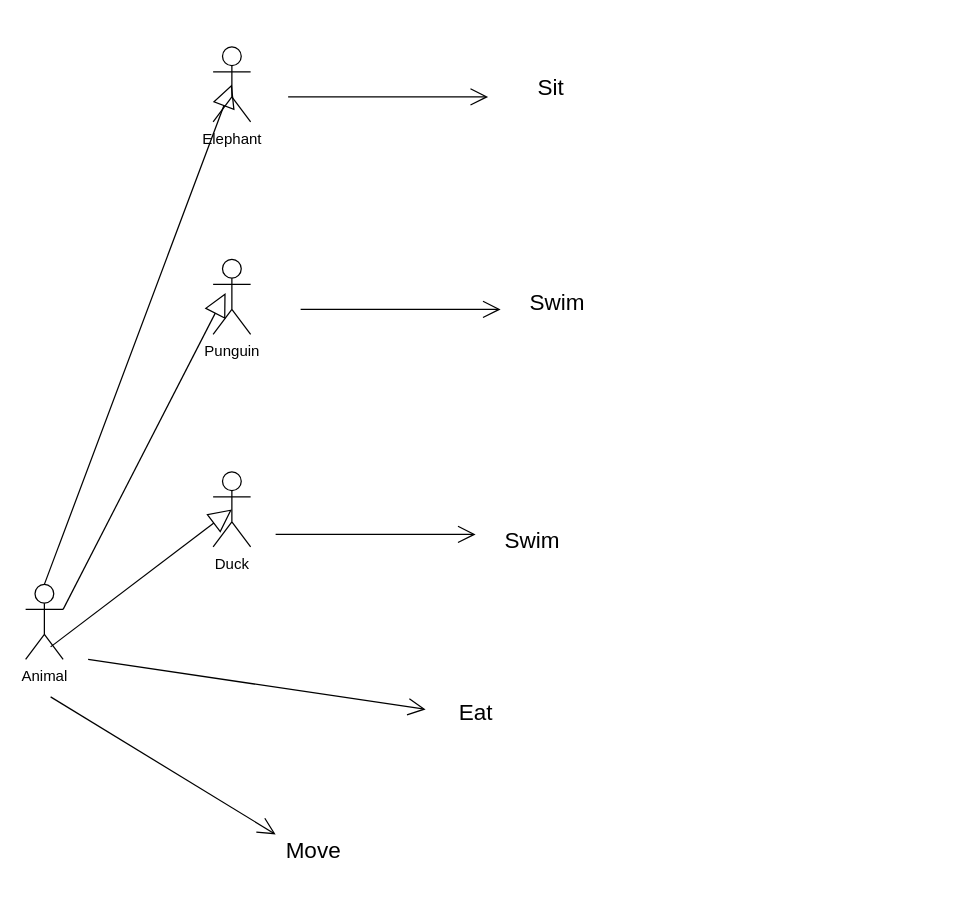
Above: 23.04.24 UML HW.drawio in Nikitamoge/For-UML (draw.io), before the change. Source tidied: cells renumbered, new cells numbered last; positions are measured from the earlier drawing's top-left corner, leaving out a move shared by most shapes. Both pictures are drawn from the tidied source at 125%, with x=0, y=0 at pixel (25, 46).
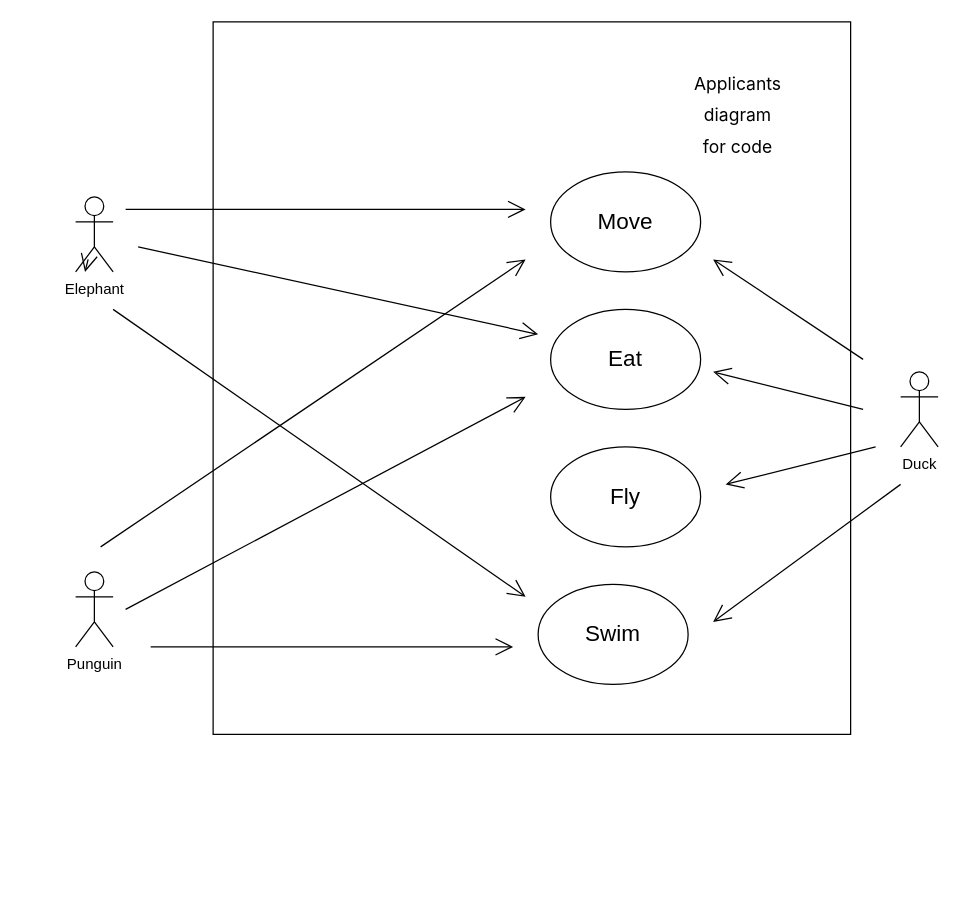
The same page after the edit.

What changed in the source:
```diff
@@
-    <mxCell id="2" value="Elephant" style="shape=umlActor;verticalLabelPosition=bottom;verticalAlign=top;html=1;outlineConnect=0;" parent="1" vertex="1">
-      <mxGeometry x="150" width="30" height="60" as="geometry" />
-    </mxCell>
     <mxCell id="3" value="Punguin" style="shape=umlActor;verticalLabelPosition=bottom;verticalAlign=top;html=1;" parent="1" vertex="1">
-      <mxGeometry x="150" y="170" width="30" height="60" as="geometry" />
+      <mxGeometry x="40" y="420" width="30" height="60" as="geometry" />
     </mxCell>
     <mxCell id="4" value="Duck" style="shape=umlActor;verticalLabelPosition=bottom;verticalAlign=top;html=1;outlineConnect=0;" parent="1" vertex="1">
-      <mxGeometry x="150" y="340" width="30" height="60" as="geometry" />
+      <mxGeometry x="700" y="260" width="30" height="60" as="geometry" />
     </mxCell>
-    <mxCell id="5" value="Animal" style="shape=umlActor;verticalLabelPosition=bottom;verticalAlign=top;html=1;outlineConnect=0;" parent="1" vertex="1">
-      <mxGeometry y="430" width="30" height="60" as="geometry" />
-    </mxCell>
-    <mxCell id="6" style="endArrow=block;endSize=16;endFill=0;html=1;rounded=0;entryX=0.5;entryY=0.5;entryDx=0;entryDy=0;entryPerimeter=0;exitX=0.5;exitY=0.5;exitDx=0;exitDy=0;exitPerimeter=0;" parent="1" edge="1" target="4">
-      <mxGeometry relative="1" as="geometry">
-        <mxPoint x="20" y="480" as="sourcePoint" />
-      </mxGeometry>
-    </mxCell>
-    <mxCell id="7" style="endArrow=block;endSize=16;endFill=0;html=1;rounded=0;exitX=1;exitY=0.3333333333333333;exitDx=0;exitDy=0;exitPerimeter=0;" parent="1" edge="1" source="5">
-      <mxGeometry relative="1" as="geometry">
-        <mxPoint x="160" y="196.9" as="targetPoint" />
-      </mxGeometry>
-    </mxCell>
-    <mxCell id="8" style="endArrow=block;endSize=16;endFill=0;html=1;rounded=0;entryX=0.5;entryY=0.5;entryDx=0;entryDy=0;entryPerimeter=0;exitX=0.5;exitY=0;exitDx=0;exitDy=0;exitPerimeter=0;" parent="1" edge="1" source="5" target="2">
-      <mxGeometry relative="1" as="geometry" />
-    </mxCell>
-    <mxCell id="9" style="endArrow=open;endFill=1;endSize=12;html=1;rounded=0;" parent="1" edge="1">
-      <mxGeometry relative="1" as="geometry">
-        <mxPoint x="50" y="490" as="sourcePoint" />
-        <mxPoint x="320" y="530" as="targetPoint" />
-      </mxGeometry>
-    </mxCell>
-    <mxCell id="10" style="endArrow=open;endFill=1;endSize=12;html=1;rounded=0;" parent="1" edge="1">
-      <mxGeometry relative="1" as="geometry">
-        <mxPoint x="20" y="520" as="sourcePoint" />
-        <mxPoint x="200" y="630" as="targetPoint" />
-      </mxGeometry>
-    </mxCell>
-    <mxCell id="11" value="&lt;font style=&quot;font-size: 18px;&quot;&gt;Eat&lt;/font&gt;" style="text;html=1;align=center;verticalAlign=middle;strokeColor=none;fillColor=none;" parent="1" vertex="1">
-      <mxGeometry x="335" y="513" width="50" height="40" as="geometry" />
-    </mxCell>
-    <mxCell id="12" value="&lt;font style=&quot;font-size: 18px;&quot;&gt;Move&lt;/font&gt;" style="text;html=1;align=center;verticalAlign=middle;strokeColor=none;fillColor=none;" parent="1" vertex="1">
-      <mxGeometry x="195" y="623" width="70" height="40" as="geometry" />
-    </mxCell>
-    <mxCell id="13" style="endArrow=open;endFill=1;endSize=12;html=1;rounded=0;" parent="1" edge="1">
-      <mxGeometry relative="1" as="geometry">
-        <mxPoint x="200" y="390" as="sourcePoint" />
-        <mxPoint x="360" y="390" as="targetPoint" />
-      </mxGeometry>
-    </mxCell>
     <mxCell id="14" style="endArrow=open;endFill=1;endSize=12;html=1;rounded=0;" parent="1" edge="1">
       <mxGeometry relative="1" as="geometry">
-        <mxPoint x="220" y="210" as="sourcePoint" />
-        <mxPoint x="380" y="210" as="targetPoint" />
+        <mxPoint x="100" y="480" as="sourcePoint" />
+        <mxPoint x="390" y="480" as="targetPoint" />
       </mxGeometry>
     </mxCell>
     <mxCell id="15" style="endArrow=open;endFill=1;endSize=12;html=1;rounded=0;" parent="1" edge="1">
       <mxGeometry relative="1" as="geometry">
-        <mxPoint x="210" y="40" as="sourcePoint" />
-        <mxPoint x="370" y="40" as="targetPoint" />
+        <mxPoint x="80" y="130" as="sourcePoint" />
+        <mxPoint x="400" y="130" as="targetPoint" />
       </mxGeometry>
     </mxCell>
-    <mxCell id="16" value="&lt;font style=&quot;font-size: 18px;&quot;&gt;Swim&lt;/font&gt;" style="text;html=1;align=center;verticalAlign=middle;strokeColor=none;fillColor=none;" parent="1" vertex="1">
-      <mxGeometry x="370" y="375" width="70" height="40" as="geometry" />
-    </mxCell>
-    <mxCell id="17" value="&lt;font style=&quot;font-size: 18px;&quot;&gt;Swim&lt;/font&gt;" style="text;html=1;align=center;verticalAlign=middle;strokeColor=none;fillColor=none;" parent="1" vertex="1">
-      <mxGeometry x="390" y="185" width="70" height="40" as="geometry" />
-    </mxCell>
-    <mxCell id="18" value="&lt;font style=&quot;font-size: 18px;&quot;&gt;Sit&lt;/font&gt;" style="text;html=1;align=center;verticalAlign=middle;strokeColor=none;fillColor=none;" parent="1" vertex="1">
-      <mxGeometry x="400" y="13" width="40" height="40" as="geometry" />
-    </mxCell>
+    <mxCell id="19" value="&lt;font style=&quot;font-size: 18px;&quot;&gt;Swim&lt;/font&gt;" style="ellipse;whiteSpace=wrap;html=1;fillColor=none;" parent="1" vertex="1">
+      <mxGeometry x="410" y="430" width="120" height="80" as="geometry" />
+    </mxCell>
+    <mxCell id="20" value="&lt;span style=&quot;font-size: 18px;&quot;&gt;Fly&lt;/span&gt;" style="ellipse;whiteSpace=wrap;html=1;fillColor=none;" parent="1" vertex="1">
+      <mxGeometry x="420" y="320" width="120" height="80" as="geometry" />
+    </mxCell>
+    <mxCell id="11" value="&lt;font style=&quot;font-size: 18px;&quot;&gt;Eat&lt;/font&gt;" style="ellipse;whiteSpace=wrap;html=1;fillColor=none;" parent="1" vertex="1">
+      <mxGeometry x="420" y="210" width="120" height="80" as="geometry" />
+    </mxCell>
+    <mxCell id="21" value="&lt;a style=&quot;border: 0px solid; --tw-border-spacing-x: 0; --tw-border-spacing-y: 0; --tw-translate-x: 0; --tw-translate-y: 0; --tw-rotate: 0; --tw-skew-x: 0; --tw-skew-y: 0; --tw-scale-x: 1; --tw-scale-y: 1; --tw-pan-x: ; --tw-pan-y: ; --tw-pinch-zoom: ; --tw-scroll-snap-strictness: proximity; --tw-gradient-from-position: ; --tw-gradient-via-position: ; --tw-gradient-to-position: ; --tw-ordinal: ; --tw-slashed-zero: ; --tw-numeric-figure: ; --tw-numeric-spacing: ; --tw-numeric-fraction: ; --tw-ring-inset: ; --tw-ring-offset-width: 0px; --tw-ring-offset-color: #fff; --tw-ring-color: rgba(0,125,178,.5); --tw-ring-offset-shadow: 0 0 #0000; --tw-ring-shadow: 0 0 #0000; --tw-shadow: 0 0 #0000; --tw-shadow-colored: 0 0 #0000; --tw-blur: ; --tw-brightness: ; --tw-contrast: ; --tw-grayscale: ; --tw-hue-rotate: ; --tw-invert: ; --tw-saturate: ; --tw-sepia: ; --tw-drop-shadow: ; --tw-backdrop-blur: ; --tw-backdrop-brightness: ; --tw-backdrop-contrast: ; --tw-backdrop-grayscale: ; --tw-backdrop-hue-rotate: ; --tw-backdrop-invert: ; --tw-backdrop-opacity: ; --tw-backdrop-saturate: ; --tw-backdrop-sepia: ; --tw-contain-size: ; --tw-contain-layout: ; --tw-contain-paint: ; --tw-contain-style: ; font-family: -apple-system, BlinkMacSystemFont, &amp;quot;Segoe UI&amp;quot;, Roboto, Helvetica, Arial, sans-serif; box-sizing: border-box; cursor: unset; transition: all 0.3s ease 0s; line-height: 24px; text-align: left; background-color: rgb(255, 255, 255);&quot; class=&quot;dictLink featured&quot; id=&quot;dictEntry10002055052&quot;&gt;&lt;font style=&quot;font-size: 14px;&quot;&gt;Applicants diagram for code&lt;/font&gt;&lt;/a&gt;" style="text;html=1;align=center;verticalAlign=middle;whiteSpace=wrap;rounded=0;" parent="1" vertex="1">
+      <mxGeometry x="540" y="30" width="60" height="50" as="geometry" />
+    </mxCell>
+    <mxCell id="12" value="&lt;font style=&quot;font-size: 18px;&quot;&gt;Move&lt;/font&gt;" style="ellipse;whiteSpace=wrap;html=1;fillColor=none;" parent="1" vertex="1">
+      <mxGeometry x="420" y="100" width="120" height="80" as="geometry" />
+    </mxCell>
+    <mxCell id="22" style="endArrow=open;endFill=1;endSize=12;html=1;rounded=0;" parent="1" edge="1">
+      <mxGeometry relative="1" as="geometry">
+        <mxPoint x="90" y="160" as="sourcePoint" />
+        <mxPoint x="410" y="230" as="targetPoint" />
+      </mxGeometry>
+    </mxCell>
+    <mxCell id="23" style="rounded=0;whiteSpace=wrap;html=1;fillColor=none;gradientColor=none;" parent="1" vertex="1">
+      <mxGeometry x="150" y="-20" width="510" height="570" as="geometry" />
+    </mxCell>
+    <mxCell id="24" style="endArrow=open;endFill=1;endSize=12;html=1;rounded=0;" parent="1" edge="1">
+      <mxGeometry relative="1" as="geometry">
+        <mxPoint x="80" y="450" as="sourcePoint" />
+        <mxPoint x="400" y="280" as="targetPoint" />
+      </mxGeometry>
+    </mxCell>
+    <mxCell id="25" style="endArrow=open;endFill=1;endSize=12;html=1;rounded=0;" parent="1" edge="1" target="2">
+      <mxGeometry relative="1" as="geometry">
+        <mxPoint x="50" y="170" as="sourcePoint" />
+      </mxGeometry>
+    </mxCell>
+    <mxCell id="2" value="Elephant" style="shape=umlActor;verticalLabelPosition=bottom;verticalAlign=top;html=1;outlineConnect=0;" parent="1" vertex="1">
+      <mxGeometry x="40" y="120" width="30" height="60" as="geometry" />
+    </mxCell>
+    <mxCell id="26" style="endArrow=open;endFill=1;endSize=12;html=1;rounded=0;" parent="1" edge="1">
+      <mxGeometry relative="1" as="geometry">
+        <mxPoint x="70" y="210" as="sourcePoint" />
+        <mxPoint x="400" y="440" as="targetPoint" />
+      </mxGeometry>
+    </mxCell>
+    <mxCell id="27" style="endArrow=open;endFill=1;endSize=12;html=1;rounded=0;" parent="1" edge="1">
+      <mxGeometry relative="1" as="geometry">
+        <mxPoint x="60" y="400" as="sourcePoint" />
+        <mxPoint x="400" y="170" as="targetPoint" />
+      </mxGeometry>
+    </mxCell>
+    <mxCell id="28" style="endArrow=open;endFill=1;endSize=12;html=1;rounded=0;" parent="1" edge="1">
+      <mxGeometry relative="1" as="geometry">
+        <mxPoint x="700" y="350" as="sourcePoint" />
+        <mxPoint x="550" y="460" as="targetPoint" />
+      </mxGeometry>
+    </mxCell>
+    <mxCell id="29" style="endArrow=open;endFill=1;endSize=12;html=1;rounded=0;" parent="1" edge="1">
+      <mxGeometry relative="1" as="geometry">
+        <mxPoint x="680" y="320" as="sourcePoint" />
+        <mxPoint x="560" y="350" as="targetPoint" />
+      </mxGeometry>
+    </mxCell>
+    <mxCell id="30" style="endArrow=open;endFill=1;endSize=12;html=1;rounded=0;" parent="1" edge="1">
+      <mxGeometry relative="1" as="geometry">
+        <mxPoint x="670" y="290" as="sourcePoint" />
+        <mxPoint x="550" y="260" as="targetPoint" />
+      </mxGeometry>
+    </mxCell>
+    <mxCell id="31" style="endArrow=open;endFill=1;endSize=12;html=1;rounded=0;" parent="1" edge="1">
+      <mxGeometry relative="1" as="geometry">
+        <mxPoint x="670" y="250" as="sourcePoint" />
+        <mxPoint x="550" y="170" as="targetPoint" />
+      </mxGeometry>
+    </mxCell>
```
